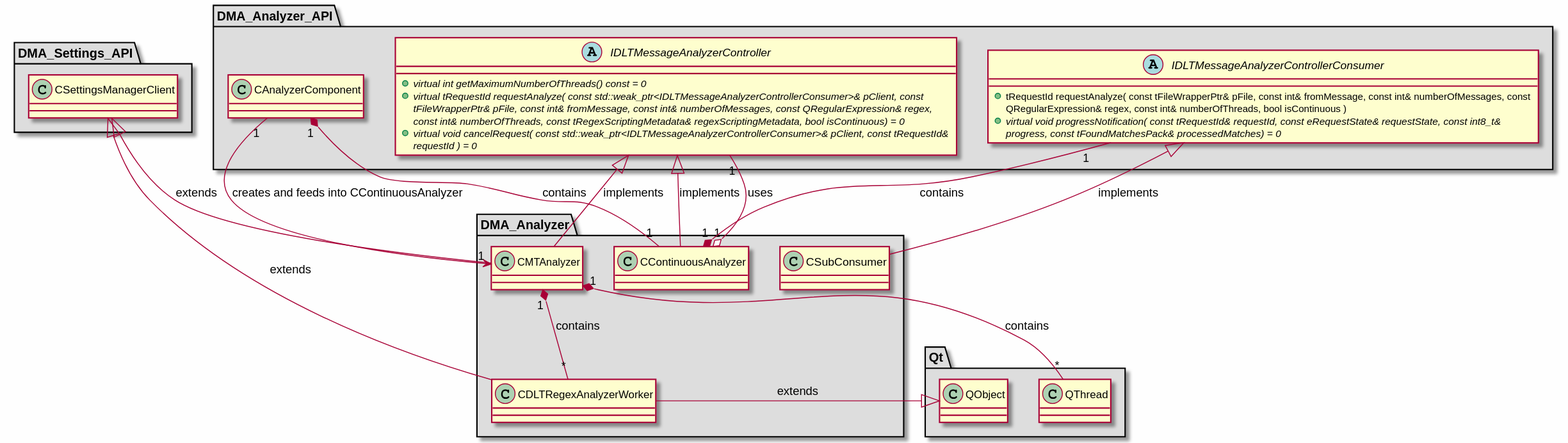
Before: md/dev_docs/puml/DMA_Analyzer.svg, a diagram exported from PlantUML (svlad-90/DLT-Message-Analyzer).
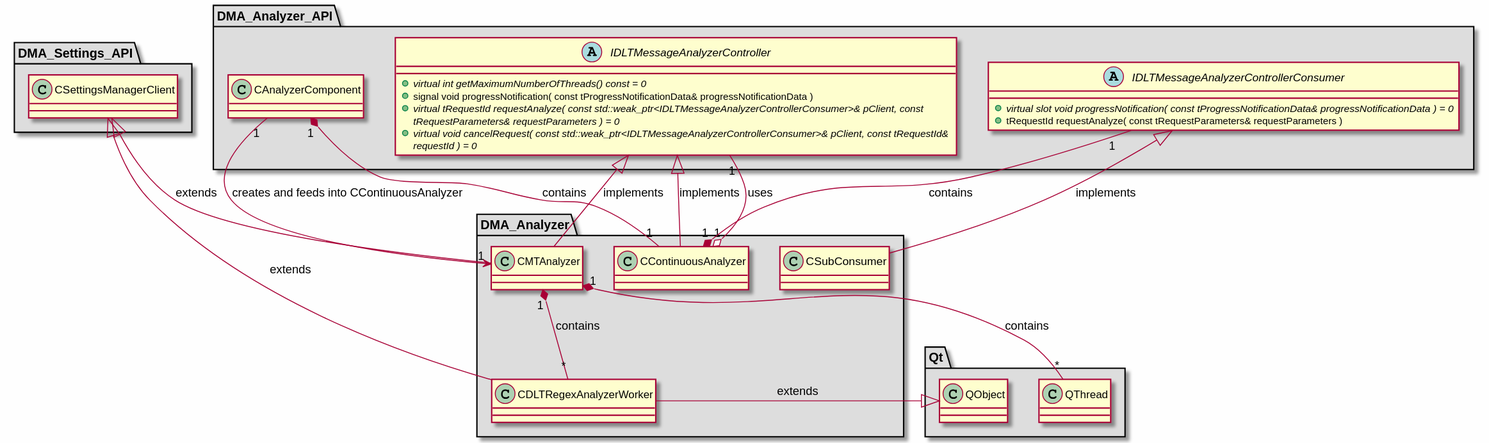
Later version of the same file.

Diff of the diagram source:
```diff
@@ -33,14 +33,15 @@
 abstract class "IDLTMessageAnalyzerController"
 {
     + {abstract} virtual int getMaximumNumberOfThreads() const = 0
-    + {abstract} virtual tRequestId requestAnalyze( const std::weak_ptr<IDLTMessageAnalyzerControllerConsumer>& pClient, const tFileWrapperPtr& pFile, const int& fromMessage, const int& numberOfMessages, const QRegularExpression& regex, const int& numberOfThreads, const tRegexScriptingMetadata& regexScriptingMetadata, bool isContinuous) = 0
+    + signal void progressNotification( const tProgressNotificationData& progressNotificationData )
+    + {abstract} virtual tRequestId requestAnalyze( const std::weak_ptr<IDLTMessageAnalyzerControllerConsumer>& pClient, const tRequestParameters& requestParameters ) = 0
     + {abstract} virtual void cancelRequest( const std::weak_ptr<IDLTMessageAnalyzerControllerConsumer>& pClient, const tRequestId& requestId ) = 0
 }
 
 abstract class "IDLTMessageAnalyzerControllerConsumer"
 {
-    + tRequestId requestAnalyze( const tFileWrapperPtr& pFile, const int& fromMessage, const int& numberOfMessages, const QRegularExpression& regex, const int& numberOfThreads, bool isContinuous )
-    + {abstract} virtual void progressNotification( const tRequestId& requestId, const eRequestState& requestState, const int8_t& progress, const tFoundMatchesPack& processedMatches) = 0
+    + {abstract} virtual slot void progressNotification( const tProgressNotificationData& progressNotificationData ) = 0
+    + tRequestId requestAnalyze( const tRequestParameters& requestParameters )
 }
 
 }
```
